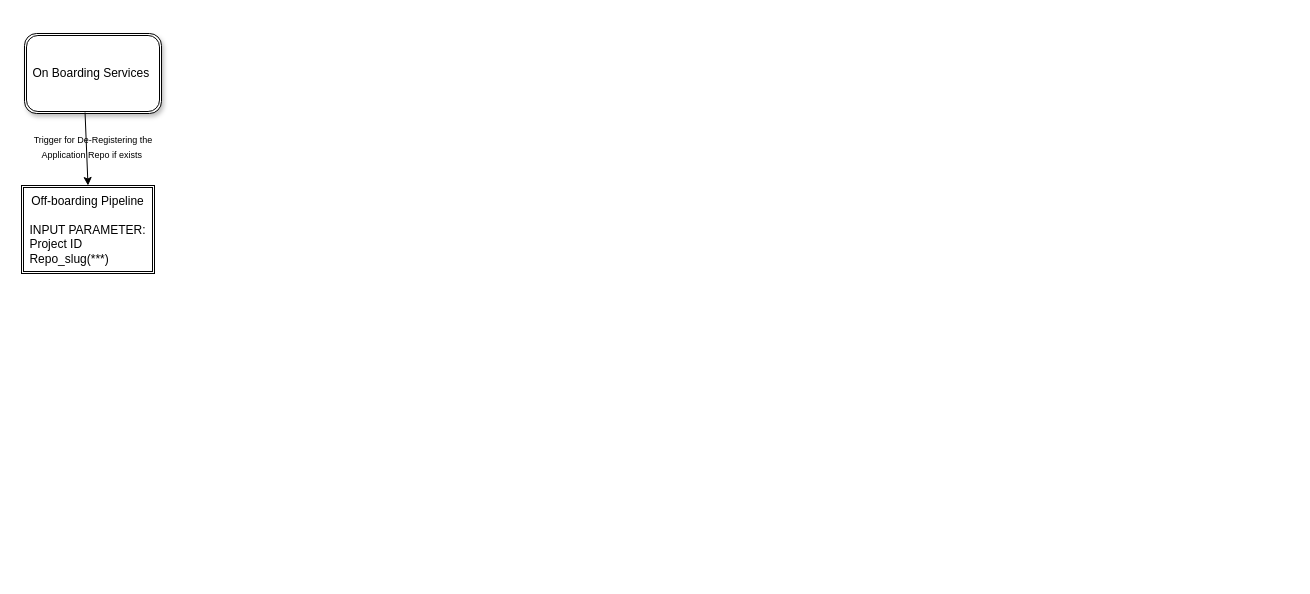
This is cloudbuild_ruc_architecture.drawio from dvamsy/cbsampleapp2345, a draw.io file, before an edit. Source tidied: cells renumbered, new cells numbered last; positions are measured from the earlier drawing's top-left corner, leaving out a move shared by most shapes. Both pictures are drawn from the tidied source at 100%, with x=0, y=0 at pixel (17, 33).
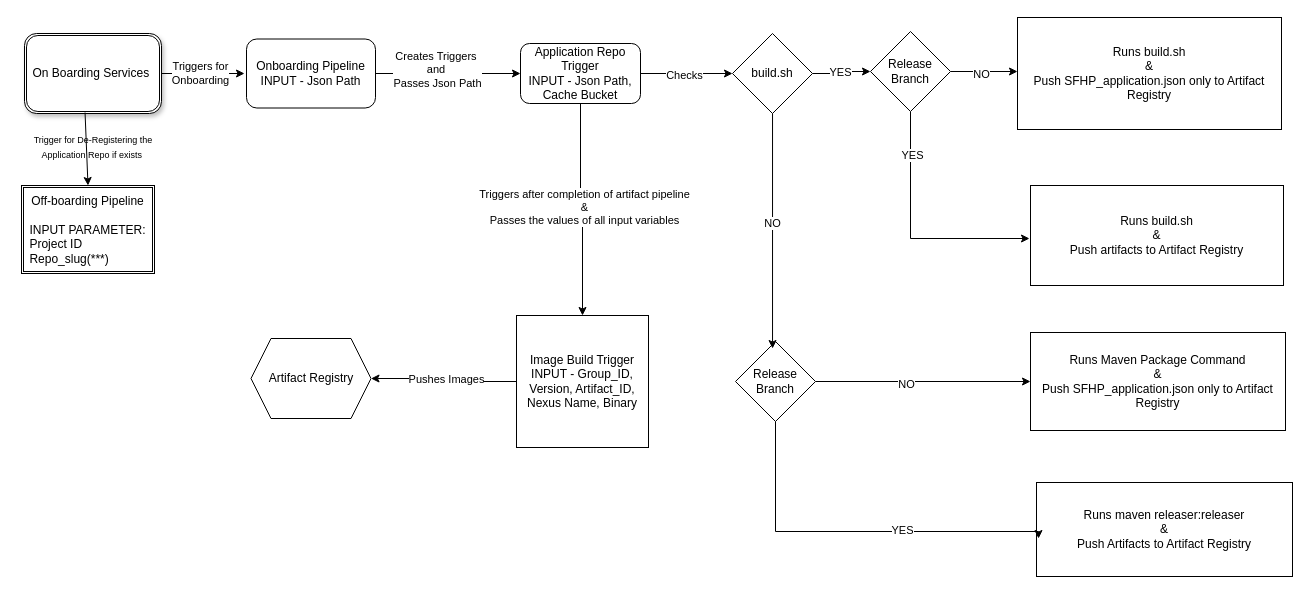
After the change.

The change refers to these unchanged cells:
```xml
<mxCell id="2" value="On Boarding Services&amp;nbsp;" style="shape=ext;double=1;rounded=1;whiteSpace=wrap;html=1;shadow=1;" parent="1" vertex="1">
  <mxGeometry x="7" width="137" height="80" as="geometry" />
</mxCell>
```

Change to the diagram source:
```diff
@@
+    <mxCell id="6" style="edgeStyle=orthogonalEdgeStyle;rounded=0;jettySize=auto;html=1;" parent="1" edge="1" source="2">
+      <mxGeometry relative="1" as="geometry">
+        <mxPoint x="227" y="40" as="targetPoint" />
+      </mxGeometry>
+    </mxCell>
+    <mxCell id="7" value="Triggers for&lt;div&gt;Onboarding&lt;/div&gt;" style="edgeLabel;html=1;align=center;verticalAlign=middle;" parent="6" vertex="1">
+      <mxGeometry x="-0.09" y="1" relative="1" as="geometry" />
+    </mxCell>
@@
+    <mxCell id="8" style="edgeStyle=orthogonalEdgeStyle;rounded=0;jettySize=auto;html=1;entryX=0;entryY=0.5;entryDx=0;entryDy=0;" parent="1" edge="1" source="10" target="15">
+      <mxGeometry relative="1" as="geometry" />
+    </mxCell>
+    <mxCell id="9" value="Creates Triggers&amp;nbsp;&lt;div&gt;and&amp;nbsp;&lt;/div&gt;&lt;div&gt;Passes Json Path&lt;/div&gt;&lt;div&gt;&lt;br&gt;&lt;/div&gt;" style="edgeLabel;html=1;align=center;verticalAlign=middle;" parent="8" vertex="1">
+      <mxGeometry x="-0.22" relative="1" as="geometry">
+        <mxPoint x="4" y="2" as="offset" />
+      </mxGeometry>
+    </mxCell>
+    <mxCell id="10" value="Onboarding Pipeline&lt;div&gt;INPUT - Json Path&lt;/div&gt;" style="rounded=1;whiteSpace=wrap;html=1;" parent="1" vertex="1">
+      <mxGeometry x="229" y="5.5" width="129" height="69" as="geometry" />
+    </mxCell>
+    <mxCell id="11" style="edgeStyle=orthogonalEdgeStyle;rounded=0;jettySize=auto;html=1;entryX=0;entryY=0.5;entryDx=0;entryDy=0;" parent="1" edge="1" source="15" target="18">
+      <mxGeometry relative="1" as="geometry" />
+    </mxCell>
+    <mxCell id="12" value="Checks" style="edgeLabel;html=1;align=center;verticalAlign=middle;" parent="11" vertex="1">
+      <mxGeometry x="-0.07" y="-1" relative="1" as="geometry" />
+    </mxCell>
+    <mxCell id="13" style="edgeStyle=orthogonalEdgeStyle;rounded=0;jettySize=auto;html=1;entryX=0.5;entryY=0;entryDx=0;entryDy=0;" parent="1" edge="1" source="15" target="34">
+      <mxGeometry relative="1" as="geometry" />
+    </mxCell>
+    <mxCell id="14" value="Triggers after completion of artifact pipeline&lt;div&gt;&amp;amp;&lt;/div&gt;&lt;div&gt;Passes the values of all input variables&lt;/div&gt;" style="edgeLabel;html=1;align=center;verticalAlign=middle;" parent="13" vertex="1">
+      <mxGeometry x="-0.04" y="3" relative="1" as="geometry" />
+    </mxCell>
+    <mxCell id="15" value="Application Repo Trigger&lt;div&gt;INPUT - Json Path, Cache Bucket&lt;/div&gt;" style="rounded=1;whiteSpace=wrap;html=1;" parent="1" vertex="1">
+      <mxGeometry x="503" y="10" width="120" height="60" as="geometry" />
+    </mxCell>
+    <mxCell id="16" style="edgeStyle=orthogonalEdgeStyle;rounded=0;jettySize=auto;html=1;entryX=0;entryY=0.5;entryDx=0;entryDy=0;" parent="1" edge="1" source="18" target="23">
+      <mxGeometry relative="1" as="geometry" />
+    </mxCell>
+    <mxCell id="17" value="YES" style="edgeLabel;html=1;align=center;verticalAlign=middle;" parent="16" vertex="1">
+      <mxGeometry x="0.03" y="-2" relative="1" as="geometry">
+        <mxPoint x="-2" y="-2" as="offset" />
+      </mxGeometry>
+    </mxCell>
+    <mxCell id="18" value="build.sh" style="rhombus;whiteSpace=wrap;html=1;" parent="1" vertex="1">
+      <mxGeometry x="715" width="80" height="80" as="geometry" />
+    </mxCell>
+    <mxCell id="19" style="edgeStyle=orthogonalEdgeStyle;rounded=0;jettySize=auto;html=1;entryX=0;entryY=0.5;entryDx=0;entryDy=0;" parent="1" edge="1" source="23">
+      <mxGeometry relative="1" as="geometry">
+        <mxPoint x="1000" y="38" as="targetPoint" />
+      </mxGeometry>
+    </mxCell>
+    <mxCell id="20" value="NO" style="edgeLabel;html=1;align=center;verticalAlign=middle;" parent="19" vertex="1">
+      <mxGeometry x="-0.1" y="-2" relative="1" as="geometry" />
+    </mxCell>
+    <mxCell id="21" style="edgeStyle=orthogonalEdgeStyle;rounded=0;jettySize=auto;html=1;" parent="1" edge="1" source="23">
+      <mxGeometry relative="1" as="geometry">
+        <mxPoint x="1012" y="205" as="targetPoint" />
+        <Array as="points">
+          <mxPoint x="893" y="205" />
+        </Array>
+      </mxGeometry>
+    </mxCell>
+    <mxCell id="22" value="YES" style="edgeLabel;html=1;align=center;verticalAlign=middle;" parent="21" vertex="1">
+      <mxGeometry x="-0.65" y="1" relative="1" as="geometry" />
+    </mxCell>
+    <mxCell id="23" value="Release Branch" style="rhombus;whiteSpace=wrap;html=1;" parent="1" vertex="1">
+      <mxGeometry x="853" y="-2" width="80" height="80" as="geometry" />
+    </mxCell>
+    <mxCell id="24" value="Runs build.sh&lt;div&gt;&amp;amp;&lt;/div&gt;&lt;div&gt;Push SFHP_application.json only to Artifact Registry&lt;/div&gt;" style="rounded=0;whiteSpace=wrap;html=1;" parent="1" vertex="1">
+      <mxGeometry x="1000" y="-16" width="264" height="112" as="geometry" />
+    </mxCell>
+    <mxCell id="25" value="Runs build.sh&lt;div&gt;&amp;amp;&lt;/div&gt;&lt;div&gt;Push artifacts to Artifact Registry&lt;/div&gt;" style="rounded=0;whiteSpace=wrap;html=1;" parent="1" vertex="1">
+      <mxGeometry x="1013" y="152" width="253" height="100" as="geometry" />
+    </mxCell>
+    <mxCell id="26" style="edgeStyle=orthogonalEdgeStyle;rounded=0;jettySize=auto;html=1;entryX=0;entryY=0.5;entryDx=0;entryDy=0;" parent="1" edge="1" source="28" target="31">
+      <mxGeometry relative="1" as="geometry" />
+    </mxCell>
+    <mxCell id="27" value="NO" style="edgeLabel;html=1;align=center;verticalAlign=middle;" parent="26" vertex="1">
+      <mxGeometry x="-0.16" y="-2" relative="1" as="geometry" />
+    </mxCell>
+    <mxCell id="28" value="Release Branch" style="rhombus;whiteSpace=wrap;html=1;" parent="1" vertex="1">
+      <mxGeometry x="718" y="308" width="80" height="80" as="geometry" />
+    </mxCell>
+    <mxCell id="29" style="edgeStyle=orthogonalEdgeStyle;rounded=0;jettySize=auto;html=1;entryX=0.463;entryY=0.088;entryDx=0;entryDy=0;entryPerimeter=0;" parent="1" edge="1" source="18" target="28">
+      <mxGeometry relative="1" as="geometry" />
+    </mxCell>
+    <mxCell id="30" value="NO" style="edgeLabel;html=1;align=center;verticalAlign=middle;" parent="29" vertex="1">
+      <mxGeometry x="-0.06" y="-1" relative="1" as="geometry" />
+    </mxCell>
+    <mxCell id="31" value="Runs Maven Package Command&lt;div&gt;&amp;amp;&lt;/div&gt;&lt;div&gt;Push SFHP_application.json only to Artifact Registry&lt;/div&gt;" style="rounded=0;whiteSpace=wrap;html=1;" parent="1" vertex="1">
+      <mxGeometry x="1013" y="299" width="255" height="98" as="geometry" />
+    </mxCell>
+    <mxCell id="32" style="edgeStyle=orthogonalEdgeStyle;rounded=0;jettySize=auto;html=1;entryX=1;entryY=0.5;entryDx=0;entryDy=0;" parent="1" edge="1" source="34" target="35">
+      <mxGeometry relative="1" as="geometry" />
+    </mxCell>
+    <mxCell id="33" value="Pushes Images" style="edgeLabel;html=1;align=center;verticalAlign=middle;" parent="32" vertex="1">
+      <mxGeometry x="0.01" y="-2" relative="1" as="geometry" />
+    </mxCell>
+    <mxCell id="34" value="Image Build Trigger&lt;div&gt;INPUT - Group_ID, Version, Artifact_ID, Nexus Name, Binary&lt;/div&gt;" style="whiteSpace=wrap;html=1;" parent="1" vertex="1">
+      <mxGeometry x="499" y="282" width="132" height="132" as="geometry" />
+    </mxCell>
+    <mxCell id="35" value="Artifact Registry" style="shape=hexagon;perimeter=hexagonPerimeter2;whiteSpace=wrap;html=1;fixedSize=1;" parent="1" vertex="1">
+      <mxGeometry x="233.5" y="305" width="120" height="80" as="geometry" />
+    </mxCell>
+    <mxCell id="36" value="Runs maven releaser:releaser&lt;div&gt;&amp;amp;&lt;/div&gt;&lt;div&gt;Push Artifacts to Artifact Registry&lt;/div&gt;" style="rounded=0;whiteSpace=wrap;html=1;" parent="1" vertex="1">
+      <mxGeometry x="1019" y="449" width="256" height="94" as="geometry" />
+    </mxCell>
+    <mxCell id="37" style="edgeStyle=orthogonalEdgeStyle;rounded=0;jettySize=auto;html=1;entryX=0.008;entryY=0.596;entryDx=0;entryDy=0;entryPerimeter=0;" parent="1" edge="1" source="28" target="36">
+      <mxGeometry relative="1" as="geometry">
+        <Array as="points">
+          <mxPoint x="758" y="498" />
+          <mxPoint x="1021" y="498" />
+        </Array>
+      </mxGeometry>
+    </mxCell>
+    <mxCell id="38" value="YES" style="edgeLabel;html=1;align=center;verticalAlign=middle;" parent="37" vertex="1">
+      <mxGeometry x="0.24" y="2" relative="1" as="geometry" />
+    </mxCell>
```
